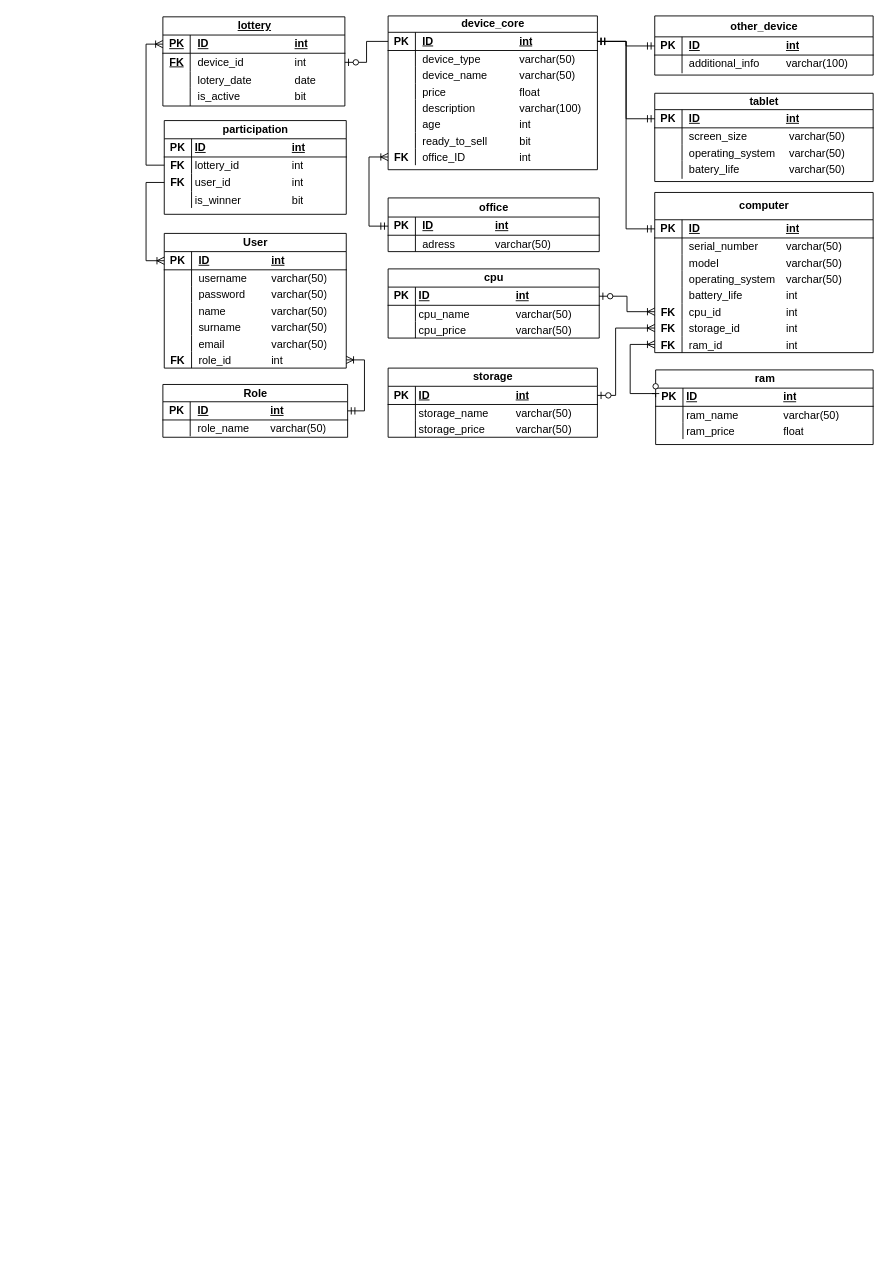
Maurycjo/Praca-dyplomowa keeps this draw.io diagram as Diagrams/ER_Diagramv2.drawio. Above is the earlier version. Source tidied: cells renumbered, new cells numbered last; positions are measured from the earlier drawing's top-left corner, leaving out a move shared by most shapes. Both pictures are drawn from the tidied source at 91%, with x=0, y=0 at pixel (15, 15).
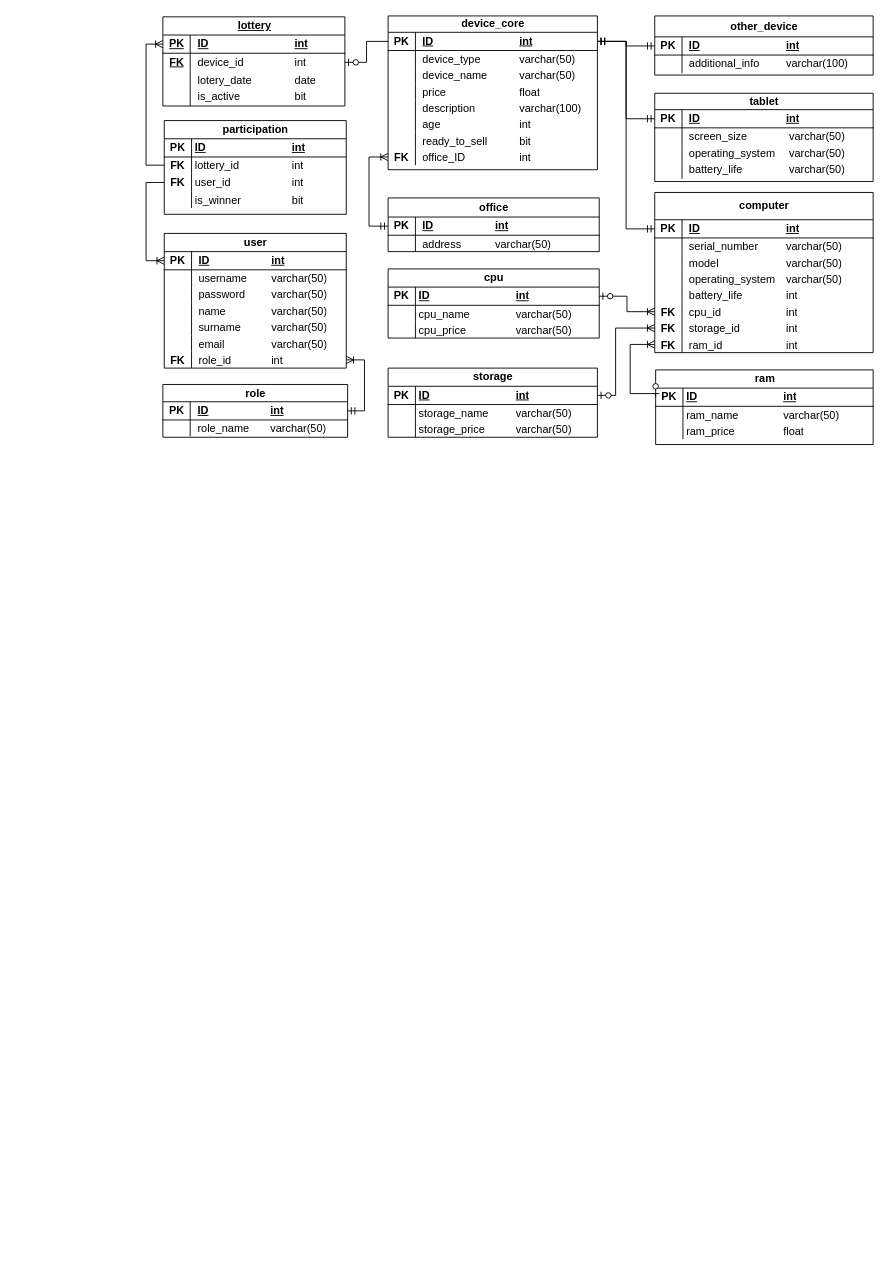
After the change.

The change refers to these unchanged cells:
```xml
<mxCell id="59" style="shape=tableRow;horizontal=0;startSize=0;swimlaneHead=0;swimlaneBody=0;fillColor=none;top=0;left=0;right=0;bottom=0;fontSize=18;" parent="55" vertex="1">
  <mxGeometry y="41" width="232" height="18" as="geometry" />
</mxCell>
<mxCell id="79" style="shape=tableRow;horizontal=0;startSize=0;swimlaneHead=0;swimlaneBody=0;fillColor=none;top=0;left=0;right=0;bottom=0;" parent="69" vertex="1">
  <mxGeometry y="74" width="240" height="20" as="geometry" />
</mxCell>
```

The edit, as a diff of the source:
```diff
@@
-    <mxCell id="48" value="Role" style="shape=table;startSize=19;childLayout=tableLayout;rowLines=0;fontStyle=1;align=center;html=1;" parent="1" vertex="1">
+    <mxCell id="48" value="role" style="shape=table;startSize=19;childLayout=tableLayout;rowLines=0;fontStyle=1;align=center;html=1;" parent="1" vertex="1">
       <mxGeometry x="161.5" y="405" width="203" height="58" as="geometry" />
     </mxCell>
@@
-    <mxCell id="61" value="adress&lt;span style=&quot;white-space: pre;&quot;&gt;&#9;&lt;/span&gt;&lt;span style=&quot;white-space: pre;&quot;&gt;&#9;&lt;/span&gt;varchar(50)" style="shape=partialRectangle;fillColor=none;top=0;left=0;bottom=0;right=0;align=left;spacingLeft=6;overflow=hidden;whiteSpace=wrap;html=1;" parent="59" vertex="1">
+    <mxCell id="61" value="address&lt;span style=&quot;white-space: pre;&quot;&gt;&#9;&lt;/span&gt;&lt;span style=&quot;white-space: pre;&quot;&gt;&#9;&lt;/span&gt;varchar(50)" style="shape=partialRectangle;fillColor=none;top=0;left=0;bottom=0;right=0;align=left;spacingLeft=6;overflow=hidden;whiteSpace=wrap;html=1;" parent="59" vertex="1">
       <mxGeometry x="30" width="202" height="18" as="geometry" />
     </mxCell>
@@
-    <mxCell id="81" value="batery_life&lt;span style=&quot;white-space: pre;&quot;&gt;&#9;&lt;/span&gt;&lt;span style=&quot;white-space: pre;&quot;&gt;&#9;&lt;/span&gt;&amp;nbsp;varchar(50)" style="shape=partialRectangle;fillColor=none;top=0;left=0;bottom=0;right=0;align=left;spacingLeft=6;overflow=hidden;whiteSpace=wrap;html=1;" parent="79" vertex="1">
+    <mxCell id="81" value="battery_life&lt;span style=&quot;white-space: pre;&quot;&gt;&#9;&lt;/span&gt;&lt;span style=&quot;white-space: pre;&quot;&gt;&#9;&lt;/span&gt;&amp;nbsp;varchar(50)" style="shape=partialRectangle;fillColor=none;top=0;left=0;bottom=0;right=0;align=left;spacingLeft=6;overflow=hidden;whiteSpace=wrap;html=1;" parent="79" vertex="1">
       <mxGeometry x="30" width="210" height="20" as="geometry" />
     </mxCell>
@@
-    <mxCell id="117" value="User" style="shape=table;startSize=20;childLayout=tableLayout;rowLines=0;fontStyle=1;align=center;html=1;" parent="1" vertex="1">
+    <mxCell id="117" value="user" style="shape=table;startSize=20;childLayout=tableLayout;rowLines=0;fontStyle=1;align=center;html=1;" parent="1" vertex="1">
       <mxGeometry x="163" y="239" width="200" height="148" as="geometry" />
     </mxCell>
```
